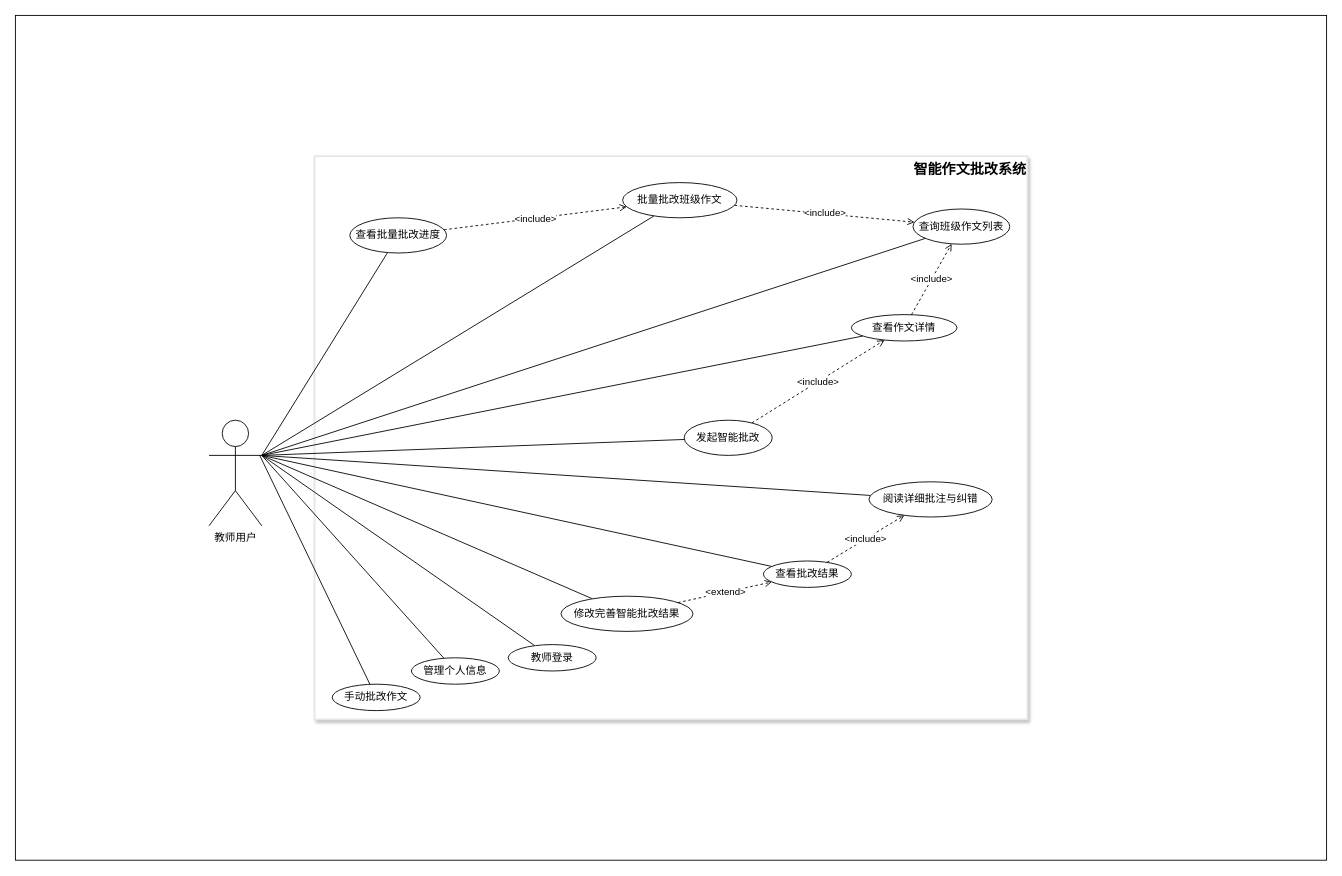
Earlier version of the draw.io diagram docs/teacher-usecase.drawio (jhddt/Reading-Pavilion-java). Source tidied: cells renumbered, new cells numbered last; positions are measured from the earlier drawing's top-left corner, leaving out a move shared by most shapes. Both pictures are drawn from the tidied source at 88%, with x=0, y=0 at pixel (15, 15).
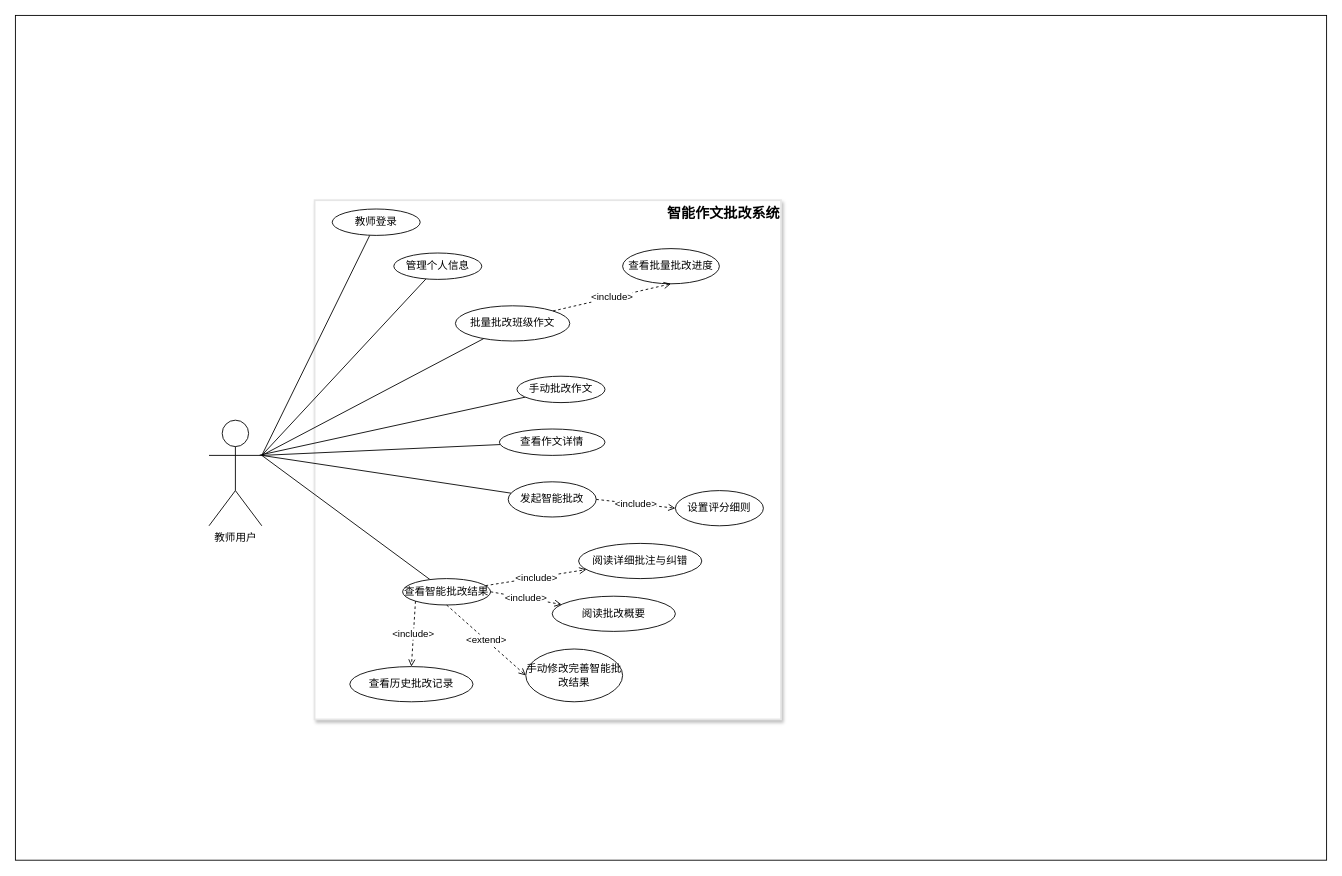
The same diagram, later.

Unchanged cells that the change refers to:
```xml
<mxCell id="4" value="教师用户" style="shape=umlActor;verticalLabelPosition=bottom;verticalAlign=top;html=1;" parent="1" vertex="1">
  <mxGeometry x="220" y="460" width="60" height="120" as="geometry" />
</mxCell>
```

Diff of the diagram source:
```diff
@@
     <mxCell id="3" style="rounded=0;whiteSpace=wrap;html=1;strokeWidth=2;strokeColor=#E6E6E6;shadow=1;" parent="1" vertex="1">
-      <mxGeometry x="340" y="160" width="810" height="640" as="geometry" />
+      <mxGeometry x="340" y="210" width="530" height="590" as="geometry" />
     </mxCell>
@@
-    <mxCell id="7" style="endArrow=none;html=1;exitX=1;exitY=0.3333333333333333;exitDx=0;exitDy=0;exitPerimeter=0;" parent="1" edge="1" source="4" target="18">
-      <mxGeometry relative="1" as="geometry" />
-    </mxCell>
@@
-    <mxCell id="11" style="endArrow=none;html=1;exitX=1;exitY=0.3333333333333333;exitDx=0;exitDy=0;exitPerimeter=0;" parent="1" edge="1" source="4" target="22">
-      <mxGeometry relative="1" as="geometry" />
-    </mxCell>
@@
-    <mxCell id="13" style="endArrow=none;html=1;exitX=1;exitY=0.3333333333333333;exitDx=0;exitDy=0;exitPerimeter=0;" parent="1" edge="1" source="4" target="24">
-      <mxGeometry relative="1" as="geometry" />
-    </mxCell>
@@
-    <mxCell id="15" style="endArrow=none;html=1;exitX=1;exitY=0.3333333333333333;exitDx=0;exitDy=0;exitPerimeter=0;" parent="1" edge="1" source="4" target="26">
-      <mxGeometry relative="1" as="geometry" />
-    </mxCell>
     <mxCell id="16" value="教师登录" style="ellipse;whiteSpace=wrap;html=1;" parent="1" vertex="1">
-      <mxGeometry x="560" y="715" width="100" height="30" as="geometry" />
+      <mxGeometry x="360" y="220" width="100" height="30" as="geometry" />
     </mxCell>
     <mxCell id="17" value="管理个人信息" style="ellipse;whiteSpace=wrap;html=1;" parent="1" vertex="1">
-      <mxGeometry x="450" y="730" width="100" height="30" as="geometry" />
+      <mxGeometry x="430" y="270" width="100" height="30" as="geometry" />
     </mxCell>
-    <mxCell id="18" value="查询班级作文列表" style="ellipse;whiteSpace=wrap;html=1;" parent="1" vertex="1">
-      <mxGeometry x="1020" y="220" width="110" height="40" as="geometry" />
-    </mxCell>
     <mxCell id="19" value="查看作文详情" style="ellipse;whiteSpace=wrap;html=1;" parent="1" vertex="1">
-      <mxGeometry x="950" y="340" width="120" height="30" as="geometry" />
+      <mxGeometry x="550" y="470" width="120" height="30" as="geometry" />
     </mxCell>
     <mxCell id="20" value="发起智能批改" style="ellipse;whiteSpace=wrap;html=1;" parent="1" vertex="1">
-      <mxGeometry x="760" y="460" width="100" height="40" as="geometry" />
+      <mxGeometry x="560" y="530" width="100" height="40" as="geometry" />
     </mxCell>
-    <mxCell id="21" value="查看批改结果" style="ellipse;whiteSpace=wrap;html=1;" parent="1" vertex="1">
-      <mxGeometry x="850" y="620" width="100" height="30" as="geometry" />
+    <mxCell id="21" value="查看智能批改结果" style="ellipse;whiteSpace=wrap;html=1;" parent="1" vertex="1">
+      <mxGeometry x="440" y="640" width="100" height="30" as="geometry" />
     </mxCell>
     <mxCell id="22" value="阅读详细批注与纠错" style="ellipse;whiteSpace=wrap;html=1;" parent="1" vertex="1">
-      <mxGeometry x="970" y="530" width="140" height="40" as="geometry" />
+      <mxGeometry x="640" y="600" width="140" height="40" as="geometry" />
     </mxCell>
     <mxCell id="23" value="手动批改作文" style="ellipse;whiteSpace=wrap;html=1;" parent="1" vertex="1">
-      <mxGeometry x="360" y="760" width="100" height="30" as="geometry" />
+      <mxGeometry x="570" y="410" width="100" height="30" as="geometry" />
     </mxCell>
-    <mxCell id="24" value="修改完善智能批改结果" style="ellipse;whiteSpace=wrap;html=1;" parent="1" vertex="1">
-      <mxGeometry x="620" y="660" width="150" height="40" as="geometry" />
+    <mxCell id="24" value="手动修改完善智能批改结果" style="ellipse;whiteSpace=wrap;html=1;" parent="1" vertex="1">
+      <mxGeometry x="580" y="720" width="110" height="60" as="geometry" />
     </mxCell>
     <mxCell id="25" value="批量批改班级作文" style="ellipse;whiteSpace=wrap;html=1;" parent="1" vertex="1">
-      <mxGeometry x="690" y="190" width="130" height="40" as="geometry" />
+      <mxGeometry x="500" y="330" width="130" height="40" as="geometry" />
     </mxCell>
     <mxCell id="26" value="查看批量批改进度" style="ellipse;whiteSpace=wrap;html=1;" parent="1" vertex="1">
-      <mxGeometry x="380" y="230" width="110" height="40" as="geometry" />
+      <mxGeometry x="690" y="265" width="110" height="40" as="geometry" />
     </mxCell>
-    <mxCell id="27" value="&amp;lt;include&amp;gt;" style="dashed=1;endArrow=open;html=1;" parent="1" edge="1" source="19" target="18">
-      <mxGeometry relative="1" as="geometry" />
-    </mxCell>
-    <mxCell id="28" value="&amp;lt;include&amp;gt;" style="dashed=1;endArrow=open;html=1;" parent="1" edge="1" source="20" target="19">
-      <mxGeometry relative="1" as="geometry" />
-    </mxCell>
@@
-    <mxCell id="30" value="&amp;lt;extend&amp;gt;" style="dashed=1;endArrow=open;html=1;" parent="1" edge="1" source="24" target="21">
+    <mxCell id="30" value="&amp;lt;extend&amp;gt;" style="dashed=1;endArrow=open;html=1;entryX=0;entryY=0.5;entryDx=0;entryDy=0;exitX=0.5;exitY=1;exitDx=0;exitDy=0;" parent="1" edge="1" source="21" target="24">
       <mxGeometry relative="1" as="geometry" />
     </mxCell>
-    <mxCell id="31" value="&amp;lt;include&amp;gt;" style="dashed=1;endArrow=open;html=1;" parent="1" edge="1" source="25" target="18">
-      <mxGeometry relative="1" as="geometry" />
-    </mxCell>
-    <mxCell id="32" value="&amp;lt;include&amp;gt;" style="dashed=1;endArrow=open;html=1;" parent="1" edge="1" source="26" target="25">
+    <mxCell id="32" value="&amp;lt;include&amp;gt;" style="dashed=1;endArrow=open;html=1;entryX=0.5;entryY=1;entryDx=0;entryDy=0;exitX=1;exitY=0;exitDx=0;exitDy=0;" parent="1" edge="1" source="25" target="26">
       <mxGeometry relative="1" as="geometry" />
     </mxCell>
     <mxCell id="33" value="&lt;font style=&quot;font-size: 16px;&quot;&gt;&lt;b&gt;智能作文批改系统&lt;/b&gt;&lt;/font&gt;" style="text;html=1;whiteSpace=wrap;strokeColor=none;fillColor=none;align=center;verticalAlign=middle;rounded=0;" parent="1" vertex="1">
-      <mxGeometry x="1020" y="160" width="130" height="30" as="geometry" />
+      <mxGeometry x="740" y="210" width="130" height="30" as="geometry" />
     </mxCell>
+    <mxCell id="34" value="阅读批改概要" style="ellipse;whiteSpace=wrap;html=1;" parent="1" vertex="1">
+      <mxGeometry x="610" y="660" width="140" height="40" as="geometry" />
+    </mxCell>
+    <mxCell id="35" value="&amp;lt;include&amp;gt;" style="dashed=1;endArrow=open;html=1;exitX=1;exitY=0.5;exitDx=0;exitDy=0;" parent="1" edge="1" source="21" target="34">
+      <mxGeometry relative="1" as="geometry" />
+    </mxCell>
+    <mxCell id="36" value="&amp;lt;include&amp;gt;" style="dashed=1;endArrow=open;html=1;exitX=1;exitY=0.5;exitDx=0;exitDy=0;entryX=0;entryY=0.5;entryDx=0;entryDy=0;" parent="1" edge="1" source="20" target="37">
+      <mxGeometry relative="1" as="geometry" />
+    </mxCell>
+    <mxCell id="37" value="设置评分细则" style="ellipse;whiteSpace=wrap;html=1;" parent="1" vertex="1">
+      <mxGeometry x="750" y="540" width="100" height="40" as="geometry" />
+    </mxCell>
+    <mxCell id="38" value="查看历史批改记录" style="ellipse;whiteSpace=wrap;html=1;" parent="1" vertex="1">
+      <mxGeometry x="380" y="740" width="140" height="40" as="geometry" />
+    </mxCell>
+    <mxCell id="39" value="&amp;lt;include&amp;gt;" style="dashed=1;endArrow=open;html=1;exitX=0;exitY=1;exitDx=0;exitDy=0;entryX=0.5;entryY=0;entryDx=0;entryDy=0;" parent="1" edge="1" source="21" target="38">
+      <mxGeometry relative="1" as="geometry" />
+    </mxCell>
```
